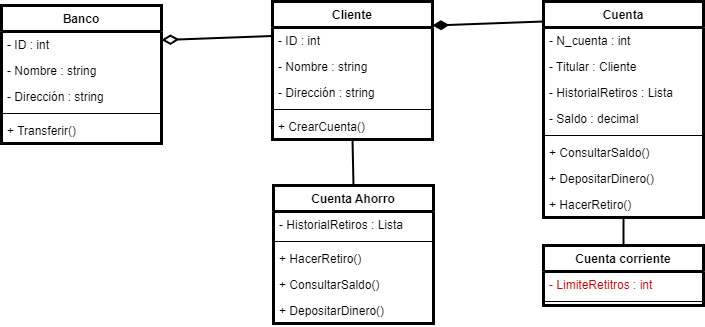
The draw.io diagram Ejercicios_Modelado/Taller3PNG.drawio.png in Oscar-UCT/Ejercicos_Modelado, before a commit. Source tidied: cells renumbered, new cells last; positions are measured from the earlier drawing's top-left corner, leaving out a move shared by most shapes.
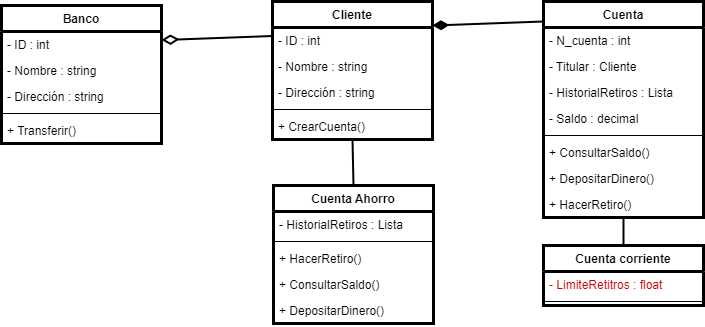
Above is the later version.

Commit message:
Int a float arreglo

Change to the diagram source:
```diff
@@ -86,7 +86,7 @@
     <mxCell id="29" value="Cuenta corriente" style="swimlane;fontStyle=1;align=center;verticalAlign=top;horizontal=1;startSize=26;strokeWidth=3;fontColor=#000000;" parent="1" vertex="1">
       <mxGeometry x="542" y="244" width="160" height="60" as="geometry" />
     </mxCell>
-    <mxCell id="30" value="- LimiteRetitros : int" style="text;strokeColor=none;fillColor=none;align=left;verticalAlign=top;spacingLeft=4;spacingRight=4;overflow=hidden;strokeWidth=3;fontColor=#CC0000;" parent="29" vertex="1">
+    <mxCell id="30" value="- LimiteRetitros : float" style="text;strokeColor=none;fillColor=none;align=left;verticalAlign=top;spacingLeft=4;spacingRight=4;overflow=hidden;strokeWidth=3;fontColor=#CC0000;" parent="29" vertex="1">
       <mxGeometry y="26" width="160" height="26" as="geometry" />
     </mxCell>
     <mxCell id="31" style="line;strokeWidth=1;fillColor=none;align=left;verticalAlign=middle;spacingTop=-1;spacingLeft=3;spacingRight=3;labelPosition=right;strokeColor=inherit;fontColor=#000000;" parent="29" vertex="1">
```
